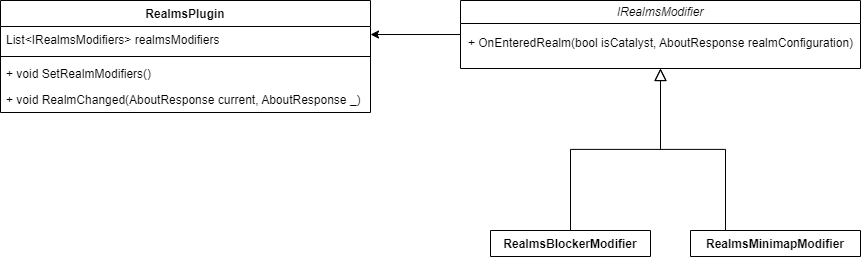
Before: public/resources/ADR-125/Realms_Plugin_UML.png, a diagram exported from draw.io (decentraland/adr). Source tidied: cells renumbered, new cells last; positions are measured from the earlier drawing's top-left corner, leaving out a move shared by most shapes. Its diagram source:
```xml
<mxGraphModel>
  <root>
    <mxCell id="0" />
    <mxCell id="1" parent="0" />
    <mxCell id="2" value="RealmsBlockerModifier" style="swimlane;fontStyle=1;align=center;verticalAlign=top;horizontal=1;startSize=26;rounded=0;shadow=0;strokeWidth=1;" parent="1" vertex="1" collapsed="1">
      <mxGeometry x="490" y="230" width="160" height="26" as="geometry" />
    </mxCell>
    <mxCell id="3" style="endArrow=block;endSize=10;endFill=0;shadow=0;strokeWidth=1;rounded=0;edgeStyle=elbowEdgeStyle;elbow=vertical;entryX=0.5;entryY=1;entryDx=0;entryDy=0;" parent="1" edge="1" source="2" target="7">
      <mxGeometry relative="1" as="geometry" />
    </mxCell>
    <mxCell id="4" value="RealmsMinimapModifier" style="swimlane;fontStyle=1;align=center;verticalAlign=top;horizontal=1;startSize=26;rounded=0;shadow=0;strokeWidth=1;" parent="1" vertex="1" collapsed="1">
      <mxGeometry x="690" y="230" width="170" height="26" as="geometry" />
    </mxCell>
    <mxCell id="5" style="endArrow=block;endSize=10;endFill=0;shadow=0;strokeWidth=1;rounded=0;edgeStyle=elbowEdgeStyle;elbow=vertical;entryX=0.5;entryY=1;entryDx=0;entryDy=0;" parent="1" edge="1" target="7">
      <mxGeometry relative="1" as="geometry">
        <mxPoint x="725" y="230" as="sourcePoint" />
      </mxGeometry>
    </mxCell>
    <mxCell id="6" style="edgeStyle=orthogonalEdgeStyle;rounded=0;jettySize=auto;html=1;entryX=1;entryY=0.308;entryDx=0;entryDy=0;entryPerimeter=0;fontFamily=Helvetica;fontSize=12;fontColor=#000000;" parent="1" edge="1" source="7" target="10">
      <mxGeometry relative="1" as="geometry" />
    </mxCell>
    <mxCell id="7" value="&lt;span style=&quot;font-weight: normal;&quot;&gt;&lt;i&gt;IRealmsModifier&lt;/i&gt;&lt;/span&gt;" style="swimlane;whiteSpace=wrap;html=1;" parent="1" vertex="1">
      <mxGeometry x="460" width="400" height="68" as="geometry" />
    </mxCell>
    <mxCell id="8" value="&lt;pre style=&quot;&quot;&gt;&lt;span style=&quot;background-color: rgb(255, 255, 255);&quot;&gt;&lt;font style=&quot;font-size: 12px;&quot; face=&quot;Helvetica&quot;&gt;+ OnEnteredRealm(bool isCatalyst, AboutResponse realmConfiguration)&lt;/font&gt;&lt;/span&gt;&lt;/pre&gt;" style="text;html=1;align=center;verticalAlign=middle;strokeColor=none;fillColor=none;" parent="7" vertex="1">
      <mxGeometry x="-5" y="18" width="410" height="50" as="geometry" />
    </mxCell>
    <mxCell id="9" value="RealmsPlugin" style="swimlane;fontStyle=1;align=center;verticalAlign=top;horizontal=1;startSize=26;labelBackgroundColor=#FFFFFF;fontColor=#000000;" parent="1" vertex="1">
      <mxGeometry width="370" height="112" as="geometry" />
    </mxCell>
    <mxCell id="10" value="List&lt;IRealmsModifiers&gt; realmsModifiers" style="text;strokeColor=none;fillColor=none;align=left;verticalAlign=top;spacingLeft=4;spacingRight=4;overflow=hidden;points=[[0,0.5],[1,0.5]];portConstraint=eastwest;labelBackgroundColor=#FFFFFF;fontColor=#000000;" parent="9" vertex="1">
      <mxGeometry y="26" width="370" height="26" as="geometry" />
    </mxCell>
    <mxCell id="11" style="line;strokeWidth=1;fillColor=none;align=left;verticalAlign=middle;spacingTop=-1;spacingLeft=3;spacingRight=3;labelPosition=right;strokeColor=inherit;labelBackgroundColor=#FFFFFF;fontColor=#000000;" parent="9" vertex="1">
      <mxGeometry y="52" width="370" height="8" as="geometry" />
    </mxCell>
    <mxCell id="12" value="+ void SetRealmModifiers()" style="text;strokeColor=none;fillColor=none;align=left;verticalAlign=top;spacingLeft=4;spacingRight=4;overflow=hidden;labelBackgroundColor=#FFFFFF;fontColor=#000000;" parent="9" vertex="1">
      <mxGeometry y="60" width="370" height="26" as="geometry" />
    </mxCell>
    <mxCell id="13" value="+ void RealmChanged(AboutResponse current, AboutResponse _) " style="text;strokeColor=none;fillColor=none;align=left;verticalAlign=top;spacingLeft=4;spacingRight=4;overflow=hidden;labelBackgroundColor=#FFFFFF;fontColor=#000000;" parent="9" vertex="1">
      <mxGeometry y="86" width="370" height="26" as="geometry" />
    </mxCell>
  </root>
</mxGraphModel>
```
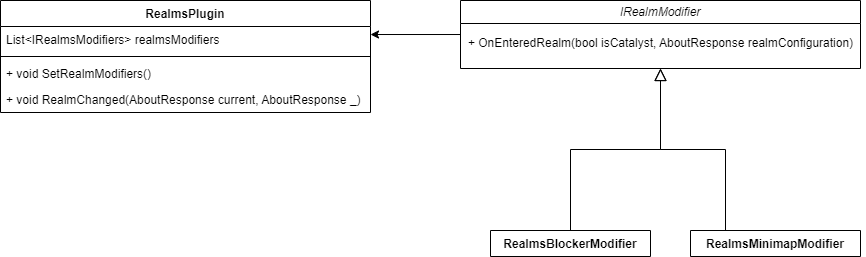
Later version of the same file.

The edit, as a diff of the source:
```diff
@@ -19,7 +19,7 @@
     <mxCell id="6" style="edgeStyle=orthogonalEdgeStyle;rounded=0;jettySize=auto;html=1;entryX=1;entryY=0.308;entryDx=0;entryDy=0;entryPerimeter=0;fontFamily=Helvetica;fontSize=12;fontColor=#000000;" parent="1" edge="1" source="7" target="10">
       <mxGeometry relative="1" as="geometry" />
     </mxCell>
-    <mxCell id="7" value="&lt;span style=&quot;font-weight: normal;&quot;&gt;&lt;i&gt;IRealmsModifier&lt;/i&gt;&lt;/span&gt;" style="swimlane;whiteSpace=wrap;html=1;" parent="1" vertex="1">
+    <mxCell id="7" value="&lt;span style=&quot;font-weight: normal;&quot;&gt;&lt;i&gt;IRealmModifier&lt;/i&gt;&lt;/span&gt;" style="swimlane;whiteSpace=wrap;html=1;startSize=23;" parent="1" vertex="1">
       <mxGeometry x="460" width="400" height="68" as="geometry" />
     </mxCell>
     <mxCell id="8" value="&lt;pre style=&quot;&quot;&gt;&lt;span style=&quot;background-color: rgb(255, 255, 255);&quot;&gt;&lt;font style=&quot;font-size: 12px;&quot; face=&quot;Helvetica&quot;&gt;+ OnEnteredRealm(bool isCatalyst, AboutResponse realmConfiguration)&lt;/font&gt;&lt;/span&gt;&lt;/pre&gt;" style="text;html=1;align=center;verticalAlign=middle;strokeColor=none;fillColor=none;" parent="7" vertex="1">
```
